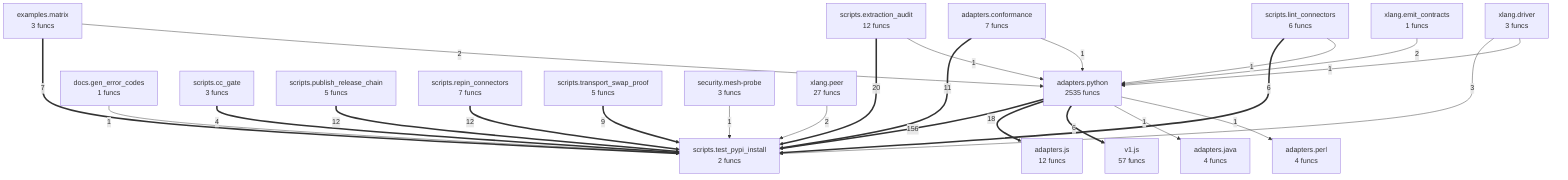
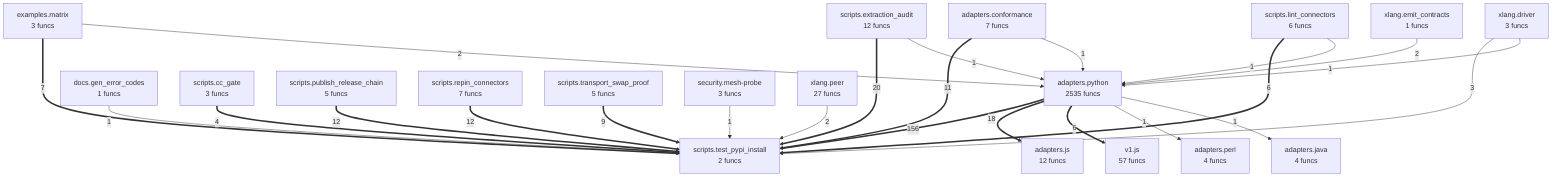
flowchart TD
- %% generated in 0.07s
+ %% generated in 0.06s
    adapters__conformance["adapters.conformance<br/>7 funcs"]
    adapters__java["adapters.java<br/>4 funcs"]
    adapters__js["adapters.js<br/>12 funcs"]
    adapters__perl["adapters.perl<br/>4 funcs"]
    adapters__python["adapters.python<br/>2535 funcs"]
    docs__gen_error_codes["docs.gen_error_codes<br/>1 funcs"]
    examples__matrix["examples.matrix<br/>3 funcs"]
    scripts__cc_gate["scripts.cc_gate<br/>3 funcs"]
    scripts__extraction_audit["scripts.extraction_audit<br/>12 funcs"]
    scripts__lint_connectors["scripts.lint_connectors<br/>6 funcs"]
    scripts__publish_release_chain["scripts.publish_release_chain<br/>5 funcs"]
    scripts__repin_connectors["scripts.repin_connectors<br/>7 funcs"]
    scripts__test_pypi_install["scripts.test_pypi_install<br/>2 funcs"]
    scripts__transport_swap_proof["scripts.transport_swap_proof<br/>5 funcs"]
    security__mesh_probe["security.mesh-probe<br/>3 funcs"]
    v1__js["v1.js<br/>57 funcs"]
    xlang__driver["xlang.driver<br/>3 funcs"]
    xlang__emit_contracts["xlang.emit_contracts<br/>1 funcs"]
    xlang__peer["xlang.peer<br/>27 funcs"]
    adapters__python ==>|156| scripts__test_pypi_install
    scripts__extraction_audit ==>|20| scripts__test_pypi_install
    adapters__python ==>|18| adapters__js
+     scripts__publish_release_chain ==>|12| scripts__test_pypi_install
    scripts__repin_connectors ==>|12| scripts__test_pypi_install
-     scripts__publish_release_chain ==>|12| scripts__test_pypi_install
    adapters__conformance ==>|11| scripts__test_pypi_install
    scripts__transport_swap_proof ==>|9| scripts__test_pypi_install
    examples__matrix ==>|7| scripts__test_pypi_install
    scripts__lint_connectors ==>|6| scripts__test_pypi_install
    adapters__python ==>|6| v1__js
    scripts__cc_gate ==>|4| scripts__test_pypi_install
    xlang__driver -->|3| scripts__test_pypi_install
    examples__matrix -->|2| adapters__python
    xlang__emit_contracts -->|2| adapters__python
    xlang__peer -->|2| scripts__test_pypi_install
+     docs__gen_error_codes -->|1| scripts__test_pypi_install
    security__mesh_probe -->|1| scripts__test_pypi_install
    scripts__lint_connectors -->|1| adapters__python
    scripts__extraction_audit -->|1| adapters__python
    adapters__conformance -->|1| adapters__python
+     adapters__python -->|1| adapters__perl
    adapters__python -->|1| adapters__java
    xlang__driver -->|1| adapters__python
-     docs__gen_error_codes -->|1| scripts__test_pypi_install
-     adapters__python -->|1| adapters__perl
